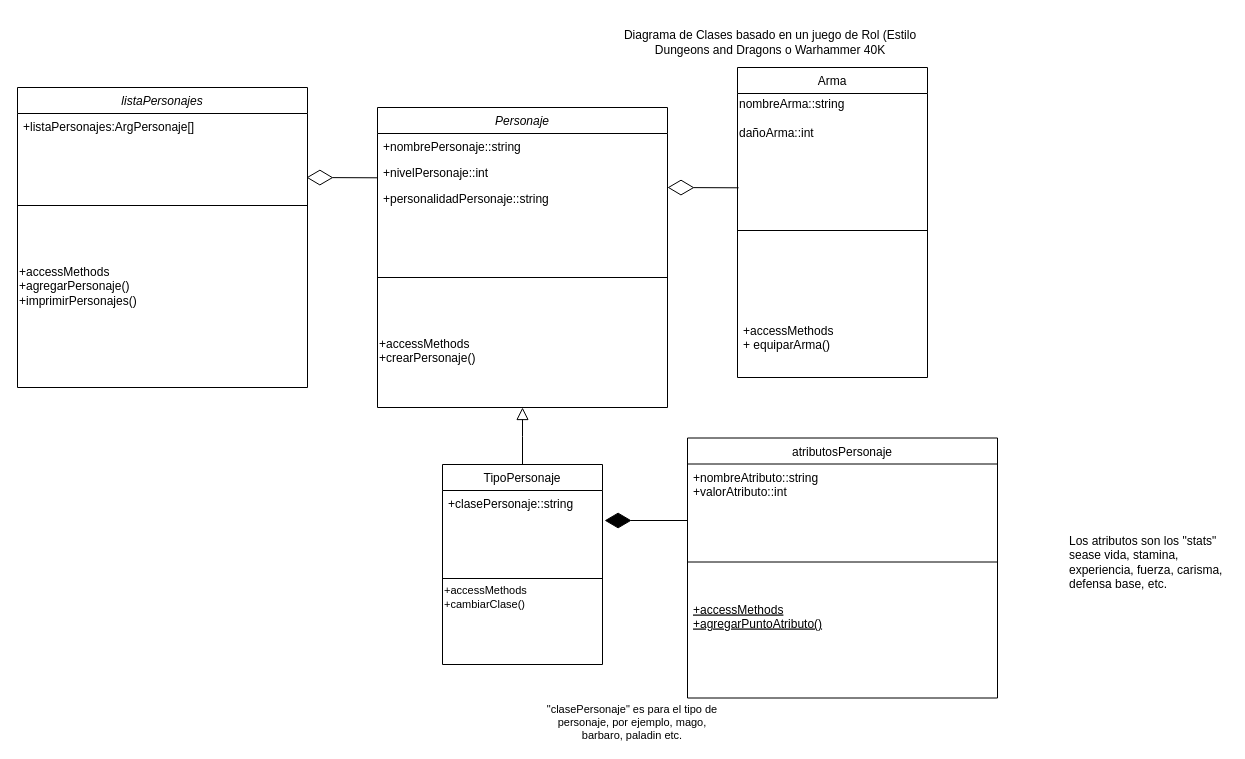
Earlier version of the draw.io diagram Untitled Diagram.drawio (VotelessCows/ProyectoIntegrador). Source tidied: cells renumbered, new cells numbered last; positions are measured from the earlier drawing's top-left corner, leaving out a move shared by most shapes. Both pictures are drawn from the tidied source at 100%, with x=0, y=0 at pixel (17, 27).
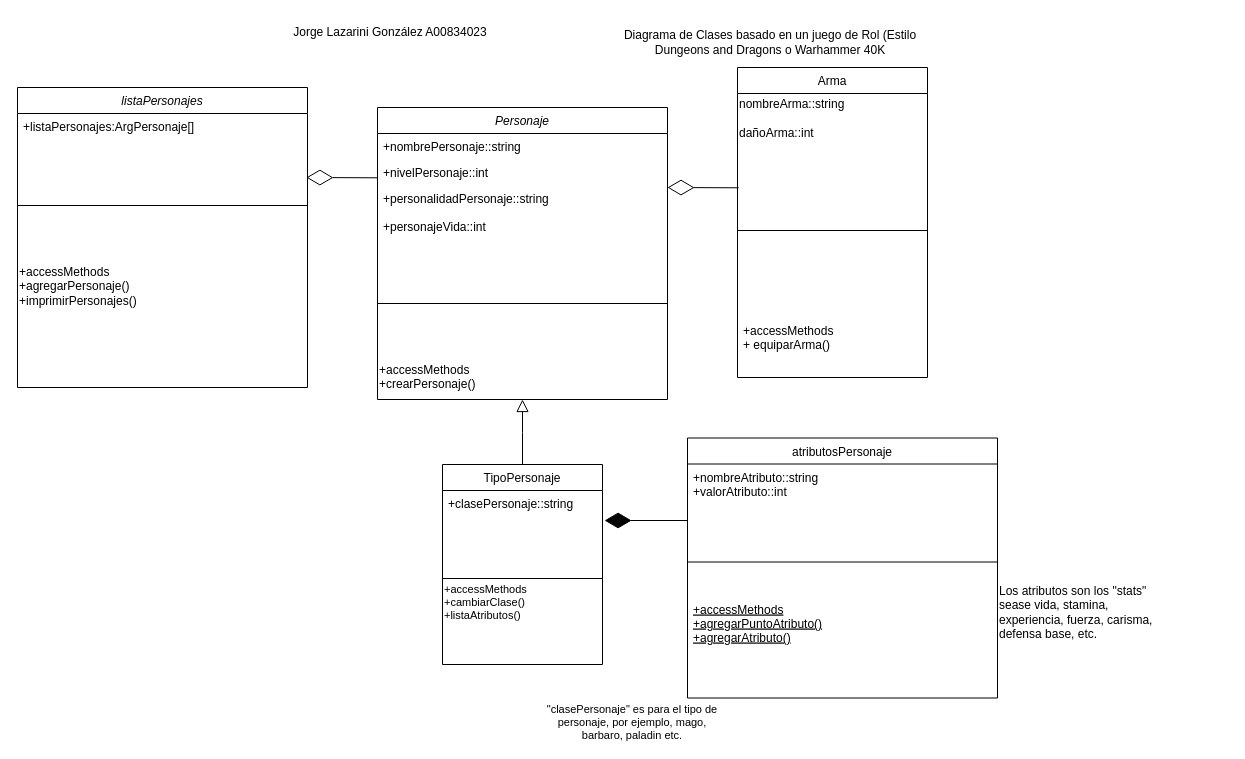
The same page after the edit.

Unchanged cells that the change refers to:
```xml
<mxCell id="8" value="TipoPersonaje" style="swimlane;fontStyle=0;align=center;verticalAlign=top;horizontal=1;startSize=26;rounded=0;shadow=0;strokeWidth=1;" parent="1" vertex="1">
  <mxGeometry x="425" y="437" width="160" height="200" as="geometry" />
</mxCell>
<mxCell id="16" value="atributosPersonaje" style="swimlane;fontStyle=0;align=center;verticalAlign=top;horizontal=1;startSize=26;rounded=0;shadow=0;strokeWidth=1;" parent="1" vertex="1">
  <mxGeometry x="670" y="410.5" width="310" height="260" as="geometry" />
</mxCell>
```

Diff of the diagram source:
```diff
@@
     <mxCell id="2" value="Personaje" style="swimlane;fontStyle=2;align=center;verticalAlign=top;horizontal=1;startSize=26;rounded=0;shadow=0;strokeWidth=1;" parent="1" vertex="1">
-      <mxGeometry x="360" y="80" width="290" height="300" as="geometry" />
+      <mxGeometry x="360" y="80" width="290" height="292" as="geometry" />
     </mxCell>
@@
-    <mxCell id="5" value="+personalidadPersonaje::string&#10;&#10;&#10;&#10;&#10;&#10;" style="text;align=left;verticalAlign=top;spacingLeft=4;spacingRight=4;overflow=hidden;rounded=0;shadow=0;html=0;" parent="2" vertex="1">
-      <mxGeometry y="78" width="290" height="26" as="geometry" />
+    <mxCell id="5" value="+personalidadPersonaje::string&#10;&#10;+personajeVida::int&#10;&#10;&#10;&#10;&#10;" style="text;align=left;verticalAlign=top;spacingLeft=4;spacingRight=4;overflow=hidden;rounded=0;shadow=0;html=0;" parent="2" vertex="1">
+      <mxGeometry y="78" width="290" height="52" as="geometry" />
     </mxCell>
     <mxCell id="6" style="line;html=1;strokeWidth=1;align=left;verticalAlign=middle;spacingTop=-1;spacingLeft=3;spacingRight=3;labelPosition=right;" parent="2" vertex="1">
-      <mxGeometry y="104" width="290" height="132" as="geometry" />
+      <mxGeometry y="130" width="290" height="132" as="geometry" />
     </mxCell>
     <mxCell id="7" value="&lt;span style=&quot;font-size: 12px;&quot;&gt;+accessMethods&lt;br&gt;+crearPersonaje()&lt;/span&gt;&lt;br style=&quot;padding: 0px; margin: 0px; font-size: 12px;&quot;&gt;&lt;span style=&quot;font-size: 12px;&quot;&gt;&lt;br&gt;&lt;/span&gt;" style="text;html=1;strokeColor=none;fillColor=none;align=left;verticalAlign=middle;whiteSpace=wrap;rounded=0;fontSize=11;" parent="2" vertex="1">
-      <mxGeometry y="236" width="290" height="30" as="geometry" />
+      <mxGeometry y="262" width="290" height="30" as="geometry" />
     </mxCell>
@@
-    <mxCell id="11" value="+accessMethods&lt;br&gt;+cambiarClase()" style="text;html=1;align=left;verticalAlign=middle;strokeColor=none;fillColor=none;fontSize=11;" parent="8" vertex="1">
-      <mxGeometry y="118" width="160" height="30" as="geometry" />
+    <mxCell id="11" value="+accessMethods&lt;br&gt;+cambiarClase()&lt;br&gt;+listaAtributos()" style="text;html=1;align=left;verticalAlign=middle;strokeColor=none;fillColor=none;fontSize=11;" parent="8" vertex="1">
+      <mxGeometry y="118" width="160" height="40" as="geometry" />
     </mxCell>
@@
-    <mxCell id="19" value="+accessMethods&#10;+agregarPuntoAtributo()&#10;" style="text;align=left;verticalAlign=top;spacingLeft=4;spacingRight=4;overflow=hidden;fontStyle=4;" parent="16" vertex="1">
+    <mxCell id="19" value="+accessMethods&#10;+agregarPuntoAtributo()&#10;+agregarAtributo()" style="text;align=left;verticalAlign=top;spacingLeft=4;spacingRight=4;overflow=hidden;fontStyle=4;" parent="16" vertex="1">
       <mxGeometry y="158" width="310" height="102" as="geometry" />
     </mxCell>
@@
     <mxCell id="25" value="&lt;span style=&quot;font-size: 12px;&quot;&gt;Los atributos son los &quot;stats&quot; sease vida, stamina, experiencia, fuerza, carisma, defensa base, etc.&lt;/span&gt;" style="text;whiteSpace=wrap;html=1;fontSize=11;" parent="1" vertex="1">
-      <mxGeometry x="1050" y="500" width="160" height="50" as="geometry" />
+      <mxGeometry x="980" y="550" width="160" height="50" as="geometry" />
     </mxCell>
@@
+    <mxCell id="31" value="Jorge Lazarini González A00834023" style="text;html=1;strokeColor=none;fillColor=none;align=center;verticalAlign=middle;whiteSpace=wrap;rounded=0;" parent="1" vertex="1">
+      <mxGeometry x="200" y="-10" width="346" height="30" as="geometry" />
+    </mxCell>
```
